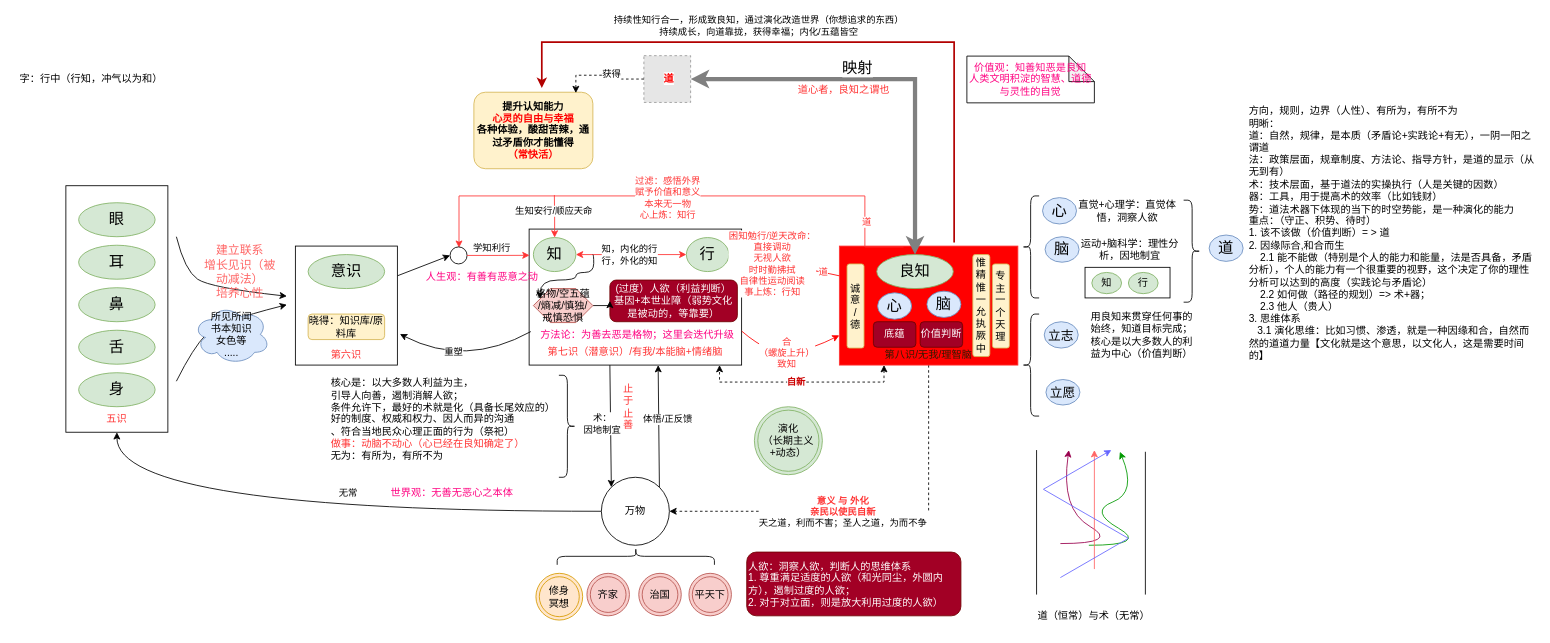
The draw.io diagram page "良知" (2 of 2) of xinxue.drawio in kason-huang/DrawIO, before the edit. Source tidied: cells renumbered, new cells numbered last; positions are measured from the earlier drawing's top-left corner, leaving out a move shared by most shapes. Both pictures are drawn from the tidied source at 85%, with x=0, y=0 at pixel (14, 42). Pictures stored in the file or linked from it are replaced by grey dashed boxes.
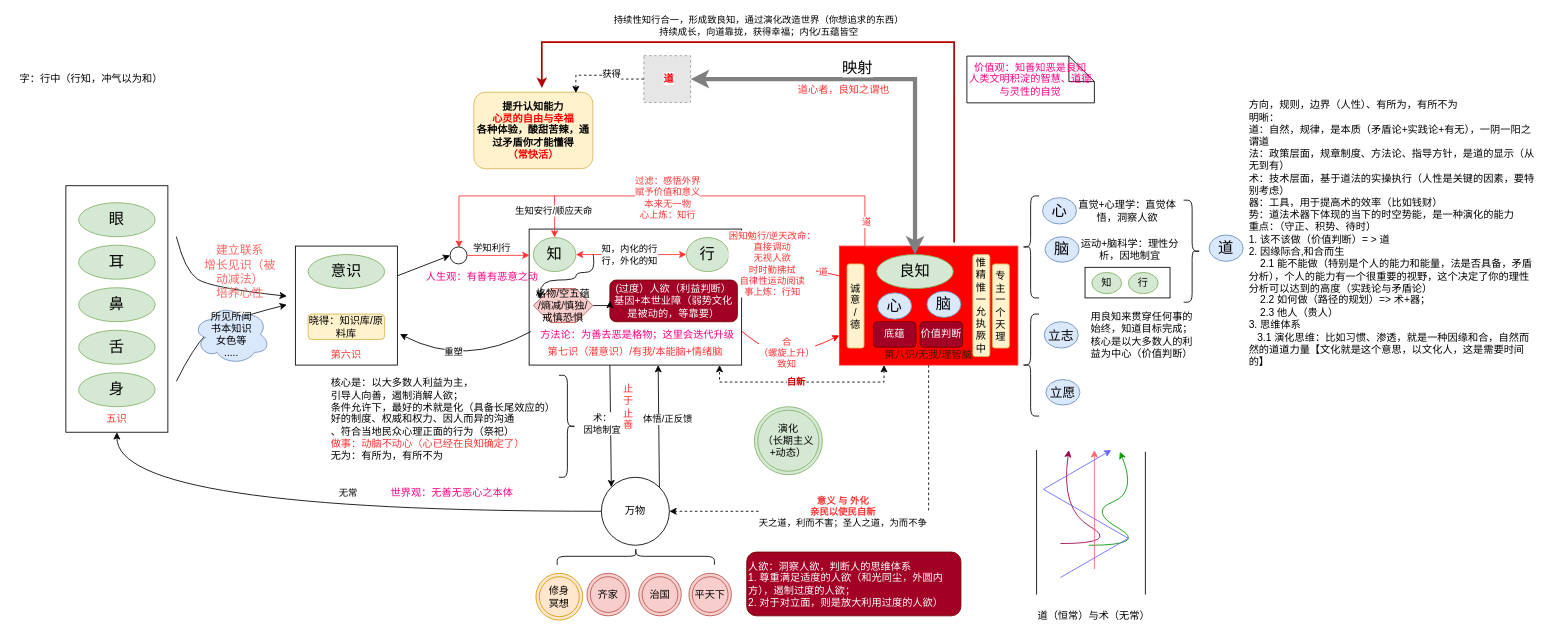
After the change.

What changed in the source:
```diff
@@
-    <mxCell id="81" value="方向，规则，边界（人性）、有所为，有所不为&lt;br&gt;明晰：&lt;br&gt;道：自然，规律，是本质（矛盾论+实践论+有无），一阴一阳之谓道&lt;br&gt;法：政策层面，规章制度、方法论、指导方针，是道的显示（从无到有）&lt;br&gt;术：技术层面，基于道法的实操执行（人是关键的因数）&lt;br&gt;器：工具，用于提高术的效率（比如钱财）&lt;br&gt;势：道法术器下体现的当下的时空势能，是一种演化的能力&lt;br&gt;重点：（守正、积势、待时）&lt;br&gt;1. 该不该做（价值判断）= &amp;gt; 道&lt;br&gt;2.&amp;nbsp;因缘际合,和合而生&lt;br&gt;&lt;span style=&quot;&quot;&gt;&lt;span style=&quot;&quot;&gt;&amp;nbsp;&amp;nbsp;&amp;nbsp;&amp;nbsp;&lt;/span&gt;&lt;/span&gt;2.1 能不能做（特别是个人的能力和能量，法是否具备，矛盾分析），个人的能力有一个很重要的视野，这个决定了你的理性分析可以达到的高度（实践论与矛盾论）&lt;br&gt;&lt;span style=&quot;&quot;&gt;&lt;span style=&quot;&quot;&gt;&amp;nbsp;&amp;nbsp;&amp;nbsp;&amp;nbsp;&lt;/span&gt;&lt;/span&gt;2.2&amp;nbsp;如何做（路径的规划）=&amp;gt; 术+器；&lt;br&gt;&amp;nbsp; &amp;nbsp; 2.3 他人（贵人）&lt;br&gt;3. 思维体系&lt;br&gt;&amp;nbsp; &amp;nbsp;3.1 演化思维：比如习惯、渗透，就是一种因缘和合，自然而然的道道力量【文化就是这个意思，以文化人，这是需要时间的】" style="text;html=1;strokeColor=none;fillColor=none;align=left;verticalAlign=middle;whiteSpace=wrap;rounded=0;" parent="1" vertex="1">
+    <mxCell id="81" value="方向，规则，边界（人性）、有所为，有所不为&lt;br&gt;明晰：&lt;br&gt;道：自然，规律，是本质（矛盾论+实践论+有无），一阴一阳之谓道&lt;br&gt;法：政策层面，规章制度、方法论、指导方针，是道的显示（从无到有）&lt;br&gt;术：技术层面，基于道法的实操执行（人性是关键的因素，要特别考虑）&lt;br&gt;器：工具，用于提高术的效率（比如钱财）&lt;br&gt;势：道法术器下体现的当下的时空势能，是一种演化的能力&lt;br&gt;重点：（守正、积势、待时）&lt;br&gt;1. 该不该做（价值判断）= &amp;gt; 道&lt;br&gt;2.&amp;nbsp;因缘际合,和合而生&lt;br&gt;&lt;span style=&quot;&quot;&gt;&lt;span style=&quot;&quot;&gt;&amp;nbsp;&amp;nbsp;&amp;nbsp;&amp;nbsp;&lt;/span&gt;&lt;/span&gt;2.1 能不能做（特别是个人的能力和能量，法是否具备，矛盾分析），个人的能力有一个很重要的视野，这个决定了你的理性分析可以达到的高度（实践论与矛盾论）&lt;br&gt;&lt;span style=&quot;&quot;&gt;&lt;span style=&quot;&quot;&gt;&amp;nbsp;&amp;nbsp;&amp;nbsp;&amp;nbsp;&lt;/span&gt;&lt;/span&gt;2.2&amp;nbsp;如何做（路径的规划）=&amp;gt; 术+器；&lt;br&gt;&amp;nbsp; &amp;nbsp; 2.3 他人（贵人）&lt;br&gt;3. 思维体系&lt;br&gt;&amp;nbsp; &amp;nbsp;3.1 演化思维：比如习惯、渗透，就是一种因缘和合，自然而然的道道力量【文化就是这个意思，以文化人，这是需要时间的】" style="text;html=1;strokeColor=none;fillColor=none;align=left;verticalAlign=middle;whiteSpace=wrap;rounded=0;" parent="1" vertex="1">
       <mxGeometry x="1450" y="200" width="340" height="50" as="geometry" />
     </mxCell>
```
